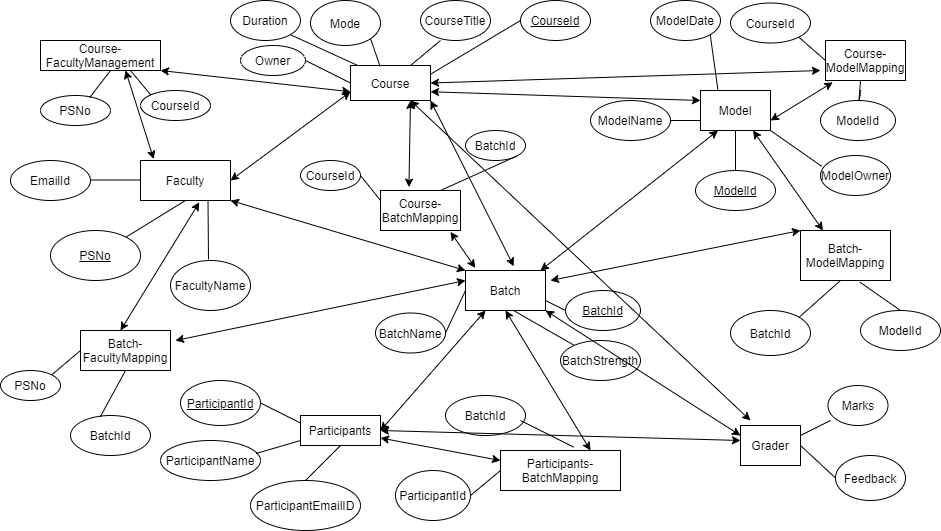
Earlier version of the draw.io export Updated_ER_Diagram.png (subhamltts/SQL_Project_X_G4). Source tidied: cells renumbered, new cells last; positions are measured from the earlier drawing's top-left corner, leaving out a move shared by most shapes.
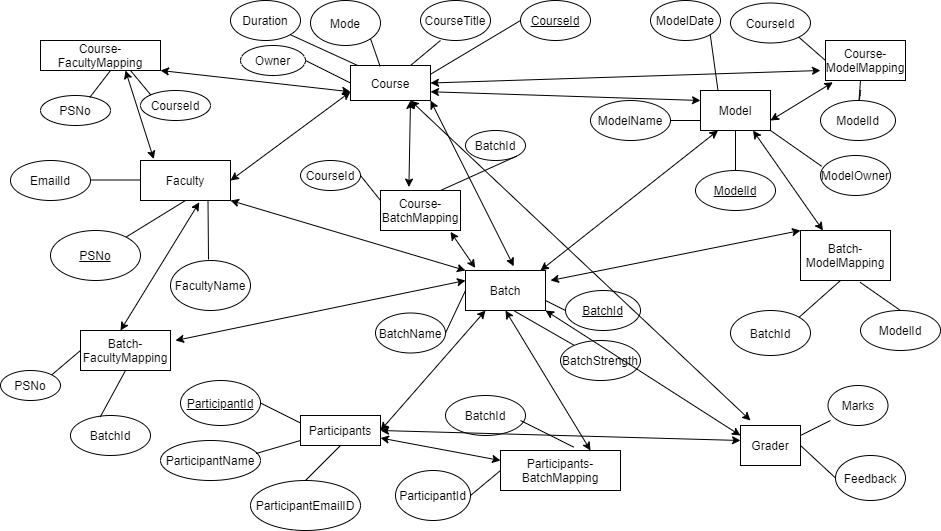
The same file after the commit.

Diff of the diagram source:
```diff
@@ -154,7 +154,7 @@
     <mxCell id="46" style="endArrow=none;html=1;entryX=0.662;entryY=1.036;entryDx=0;entryDy=0;entryPerimeter=0;exitX=0.5;exitY=0;exitDx=0;exitDy=0;" parent="1" edge="1" source="44" target="42">
       <mxGeometry relative="1" as="geometry" />
     </mxCell>
-    <mxCell id="47" value="Course-FacultyManagement" style="rounded=0;whiteSpace=wrap;html=1;" parent="1" vertex="1">
+    <mxCell id="47" value="Course-FacultyMapping" style="rounded=0;whiteSpace=wrap;html=1;" parent="1" vertex="1">
       <mxGeometry x="40" y="40" width="120" height="30" as="geometry" />
     </mxCell>
     <mxCell id="48" value="PSNo" style="ellipse;whiteSpace=wrap;html=1;" parent="1" vertex="1">
```
